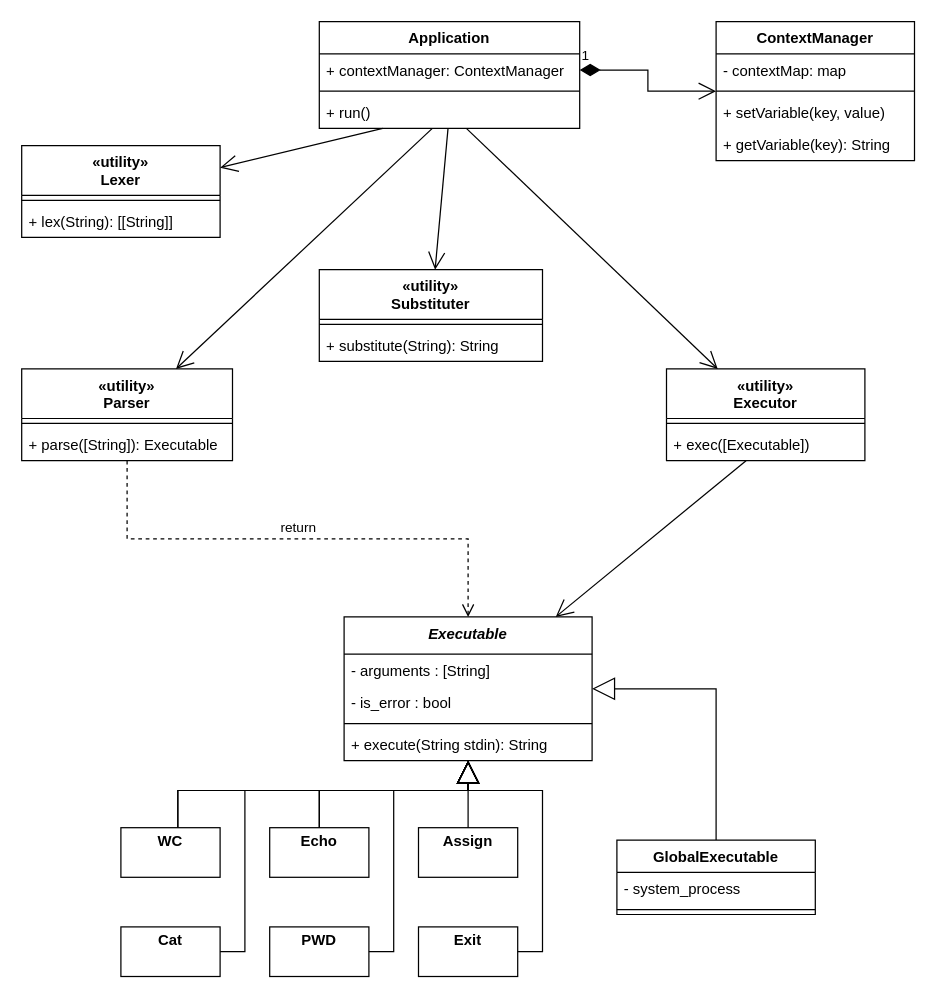
Earlier version of the draw.io diagram cli-class_scheme.drawio (kgamora/cli-itmo-sd-2023). Source tidied: cells renumbered, new cells numbered last; positions are measured from the earlier drawing's top-left corner, leaving out a move shared by most shapes. Both pictures are drawn from the tidied source at 124%, with x=0, y=0 at pixel (21, 21).
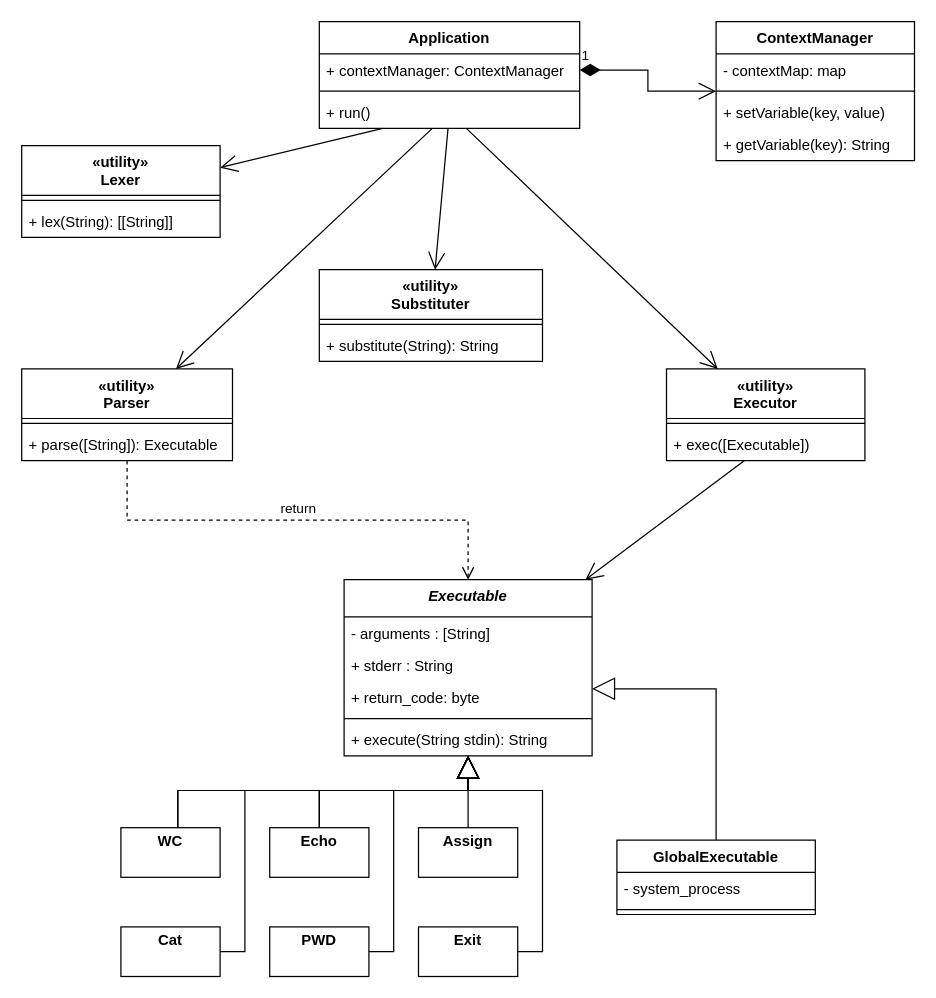
After the change.

Commit message:
Добавлен поток ошибок

The edit, as a diff of the source:
```diff
@@
     <mxCell id="20" value="Executable" style="swimlane;fontStyle=3;align=center;verticalAlign=top;horizontal=1;startSize=30;" parent="1" vertex="1">
-      <mxGeometry x="260" y="480" width="200" height="116" as="geometry" />
+      <mxGeometry x="260" y="450" width="200" height="142" as="geometry" />
     </mxCell>
@@
-    <mxCell id="22" value="- is_error : bool" style="text;strokeColor=none;fillColor=none;align=left;verticalAlign=top;spacingLeft=4;spacingRight=4;overflow=hidden;" parent="20" vertex="1">
+    <mxCell id="22" value="+ stderr : String" style="text;strokeColor=none;fillColor=none;align=left;verticalAlign=top;spacingLeft=4;spacingRight=4;overflow=hidden;" parent="20" vertex="1">
       <mxGeometry y="56" width="200" height="26" as="geometry" />
     </mxCell>
+    <mxCell id="53" value="+ return_code: byte" style="text;strokeColor=none;fillColor=none;align=left;verticalAlign=top;spacingLeft=4;spacingRight=4;overflow=hidden;" parent="20" vertex="1">
+      <mxGeometry y="82" width="200" height="26" as="geometry" />
+    </mxCell>
     <mxCell id="23" style="line;strokeWidth=1;fillColor=none;align=left;verticalAlign=middle;spacingTop=-1;spacingLeft=3;spacingRight=3;labelPosition=right;strokeColor=inherit;" parent="20" vertex="1">
-      <mxGeometry y="82" width="200" height="8" as="geometry" />
+      <mxGeometry y="108" width="200" height="8" as="geometry" />
     </mxCell>
     <mxCell id="24" value="+ execute(String stdin): String" style="text;strokeColor=none;fillColor=none;align=left;verticalAlign=top;spacingLeft=4;spacingRight=4;overflow=hidden;" parent="20" vertex="1">
-      <mxGeometry y="90" width="200" height="26" as="geometry" />
+      <mxGeometry y="116" width="200" height="26" as="geometry" />
     </mxCell>
```
